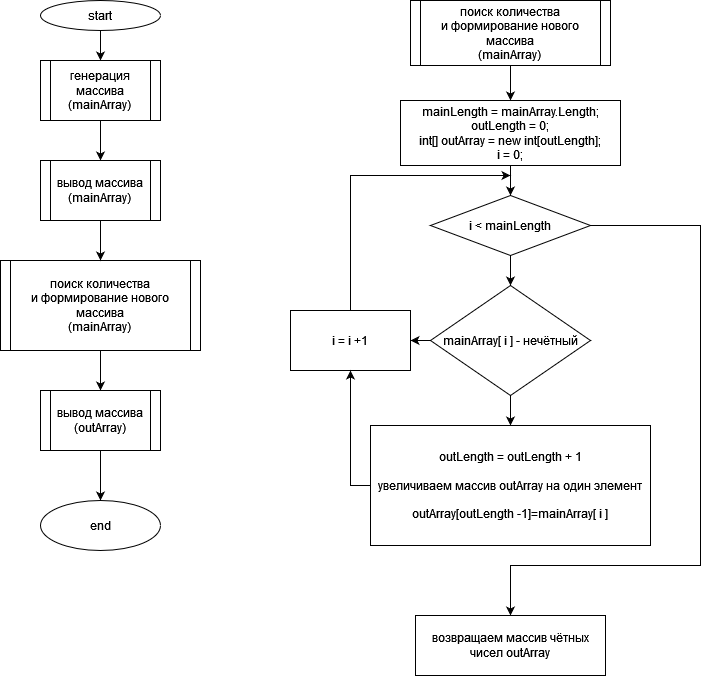
CovChEGG/dev1Group6 keeps this draw.io diagram as Untitled Diagram.drawio.png. Above is the earlier version. Source tidied: cells renumbered, new cells last; positions are measured from the earlier drawing's top-left corner, leaving out a move shared by most shapes. Its diagram source:
```xml
<mxGraphModel>
  <root>
    <mxCell id="0" />
    <mxCell id="1" parent="0" />
    <mxCell id="2" style="edgeStyle=orthogonalEdgeStyle;rounded=0;jettySize=auto;html=1;entryX=0.5;entryY=0;entryDx=0;entryDy=0;" parent="1" edge="1" source="3" target="5">
      <mxGeometry relative="1" as="geometry" />
    </mxCell>
    <mxCell id="3" value="start" style="ellipse;whiteSpace=wrap;html=1;" parent="1" vertex="1">
      <mxGeometry x="40" width="120" height="30" as="geometry" />
    </mxCell>
    <mxCell id="4" style="edgeStyle=orthogonalEdgeStyle;rounded=0;jettySize=auto;html=1;entryX=0.5;entryY=0;entryDx=0;entryDy=0;" parent="1" edge="1" source="5" target="9">
      <mxGeometry relative="1" as="geometry" />
    </mxCell>
    <mxCell id="5" value="&lt;div&gt;генерация массива&lt;/div&gt;&lt;div&gt;(mainArray)&lt;br&gt;&lt;/div&gt;" style="shape=process;whiteSpace=wrap;html=1;backgroundOutline=1;size=0.08333333333333333;" parent="1" vertex="1">
      <mxGeometry x="40" y="60" width="120" height="60" as="geometry" />
    </mxCell>
    <mxCell id="6" style="edgeStyle=orthogonalEdgeStyle;rounded=0;jettySize=auto;html=1;entryX=0.5;entryY=0;entryDx=0;entryDy=0;" parent="1" edge="1" source="7" target="11">
      <mxGeometry relative="1" as="geometry" />
    </mxCell>
    <mxCell id="7" value="&lt;div&gt;поиск количества&lt;/div&gt;&lt;div&gt;и формирование нового массива&lt;/div&gt;&lt;div&gt;(mainArray)&lt;br&gt;&lt;/div&gt;" style="shape=process;whiteSpace=wrap;html=1;backgroundOutline=1;size=0.05;" parent="1" vertex="1">
      <mxGeometry y="260" width="200" height="90" as="geometry" />
    </mxCell>
    <mxCell id="8" style="edgeStyle=orthogonalEdgeStyle;rounded=0;jettySize=auto;html=1;" parent="1" edge="1" source="9" target="7">
      <mxGeometry relative="1" as="geometry" />
    </mxCell>
    <mxCell id="9" value="&lt;div&gt;вывод массива&lt;/div&gt;&lt;div&gt;(mainArray)&lt;br&gt;&lt;/div&gt;" style="shape=process;whiteSpace=wrap;html=1;backgroundOutline=1;size=0.08333333333333333;" parent="1" vertex="1">
      <mxGeometry x="40" y="160" width="120" height="60" as="geometry" />
    </mxCell>
    <mxCell id="10" style="edgeStyle=orthogonalEdgeStyle;rounded=0;jettySize=auto;html=1;entryX=0.5;entryY=0;entryDx=0;entryDy=0;" parent="1" edge="1" source="11" target="12">
      <mxGeometry relative="1" as="geometry" />
    </mxCell>
    <mxCell id="11" value="&lt;div&gt;вывод массива&lt;/div&gt;&lt;div&gt;(outArray)&lt;br&gt;&lt;/div&gt;" style="shape=process;whiteSpace=wrap;html=1;backgroundOutline=1;size=0.08333333333333333;" parent="1" vertex="1">
      <mxGeometry x="40" y="390" width="120" height="60" as="geometry" />
    </mxCell>
    <mxCell id="12" value="end" style="ellipse;whiteSpace=wrap;html=1;" parent="1" vertex="1">
      <mxGeometry x="40" y="500" width="120" height="50" as="geometry" />
    </mxCell>
    <mxCell id="13" style="edgeStyle=orthogonalEdgeStyle;rounded=0;jettySize=auto;html=1;" parent="1" edge="1" source="14" target="16">
      <mxGeometry relative="1" as="geometry" />
    </mxCell>
    <mxCell id="14" value="&lt;div&gt;поиск количества&lt;/div&gt;&lt;div&gt;и формирование нового массива&lt;/div&gt;&lt;div&gt;(mainArray)&lt;br&gt;&lt;/div&gt;" style="shape=process;whiteSpace=wrap;html=1;backgroundOutline=1;size=0.05;" parent="1" vertex="1">
      <mxGeometry x="410" width="200" height="65" as="geometry" />
    </mxCell>
    <mxCell id="15" style="edgeStyle=orthogonalEdgeStyle;rounded=0;jettySize=auto;html=1;" parent="1" edge="1" source="16" target="19">
      <mxGeometry relative="1" as="geometry" />
    </mxCell>
    <mxCell id="16" value="mainLength = mainArray.Length;&lt;div&gt;outLength = 0;&lt;/div&gt;&lt;div&gt;&lt;div&gt;int[] outArray = new int[outLength];&lt;/div&gt;&lt;div&gt;i = 0;&lt;br&gt;&lt;/div&gt;&lt;/div&gt;" style="rounded=0;whiteSpace=wrap;html=1;" parent="1" vertex="1">
      <mxGeometry x="400" y="100" width="220" height="65" as="geometry" />
    </mxCell>
    <mxCell id="17" style="edgeStyle=orthogonalEdgeStyle;rounded=0;jettySize=auto;html=1;entryX=0.5;entryY=0;entryDx=0;entryDy=0;" parent="1" edge="1" source="19" target="23">
      <mxGeometry relative="1" as="geometry" />
    </mxCell>
    <mxCell id="18" style="edgeStyle=orthogonalEdgeStyle;rounded=0;jettySize=auto;html=1;" parent="1" edge="1" source="19">
      <mxGeometry relative="1" as="geometry">
        <mxPoint x="510" y="615" as="targetPoint" />
        <Array as="points">
          <mxPoint x="700" y="225" />
          <mxPoint x="700" y="565" />
          <mxPoint x="510" y="565" />
        </Array>
      </mxGeometry>
    </mxCell>
    <mxCell id="19" value="i &amp;lt; mainLength " style="rhombus;whiteSpace=wrap;html=1;rounded=0;" parent="1" vertex="1">
      <mxGeometry x="430" y="195" width="160" height="60" as="geometry" />
    </mxCell>
    <mxCell id="20" style="edgeStyle=orthogonalEdgeStyle;rounded=0;orthogonalLoop=1;jettySize=auto;html=1;exitX=0.5;exitY=1;exitDx=0;exitDy=0;" parent="1" edge="1" source="19" target="19">
      <mxGeometry relative="1" as="geometry" />
    </mxCell>
    <mxCell id="21" style="edgeStyle=orthogonalEdgeStyle;rounded=0;jettySize=auto;html=1;" parent="1" edge="1" source="23" target="25">
      <mxGeometry relative="1" as="geometry" />
    </mxCell>
    <mxCell id="22" style="edgeStyle=orthogonalEdgeStyle;rounded=0;jettySize=auto;html=1;" parent="1" edge="1" source="23" target="27">
      <mxGeometry relative="1" as="geometry" />
    </mxCell>
    <mxCell id="23" value="mainArray[ i ] - нечётный" style="rhombus;whiteSpace=wrap;html=1;" parent="1" vertex="1">
      <mxGeometry x="430" y="285" width="160" height="110" as="geometry" />
    </mxCell>
    <mxCell id="24" style="edgeStyle=orthogonalEdgeStyle;rounded=0;jettySize=auto;html=1;" parent="1" edge="1" source="25">
      <mxGeometry relative="1" as="geometry">
        <mxPoint x="510" y="175" as="targetPoint" />
        <Array as="points">
          <mxPoint x="350" y="175" />
        </Array>
      </mxGeometry>
    </mxCell>
    <mxCell id="25" value="i = i +1" style="whiteSpace=wrap;html=1;" parent="1" vertex="1">
      <mxGeometry x="290" y="310" width="120" height="60" as="geometry" />
    </mxCell>
    <mxCell id="26" style="edgeStyle=orthogonalEdgeStyle;rounded=0;jettySize=auto;html=1;entryX=0.5;entryY=1;entryDx=0;entryDy=0;" parent="1" edge="1" source="27" target="25">
      <mxGeometry relative="1" as="geometry">
        <Array as="points">
          <mxPoint x="350" y="485" />
        </Array>
      </mxGeometry>
    </mxCell>
    <mxCell id="27" value="&lt;div&gt;outLength = outLength + 1&lt;/div&gt;&lt;div&gt;&lt;br&gt;&lt;/div&gt;&lt;div&gt;увеличиваем массив outArray на один элемент&lt;/div&gt;&lt;div&gt;&lt;br&gt;&lt;/div&gt;&lt;div&gt;outArray[outLength -1]=mainArray[ i ]&lt;br&gt;&lt;/div&gt;" style="whiteSpace=wrap;html=1;" parent="1" vertex="1">
      <mxGeometry x="370" y="425" width="280" height="120" as="geometry" />
    </mxCell>
    <mxCell id="28" value="возвращаем массив чётных чисел outArray " style="rounded=0;whiteSpace=wrap;html=1;" parent="1" vertex="1">
      <mxGeometry x="415" y="615" width="190" height="60" as="geometry" />
    </mxCell>
  </root>
</mxGraphModel>
```
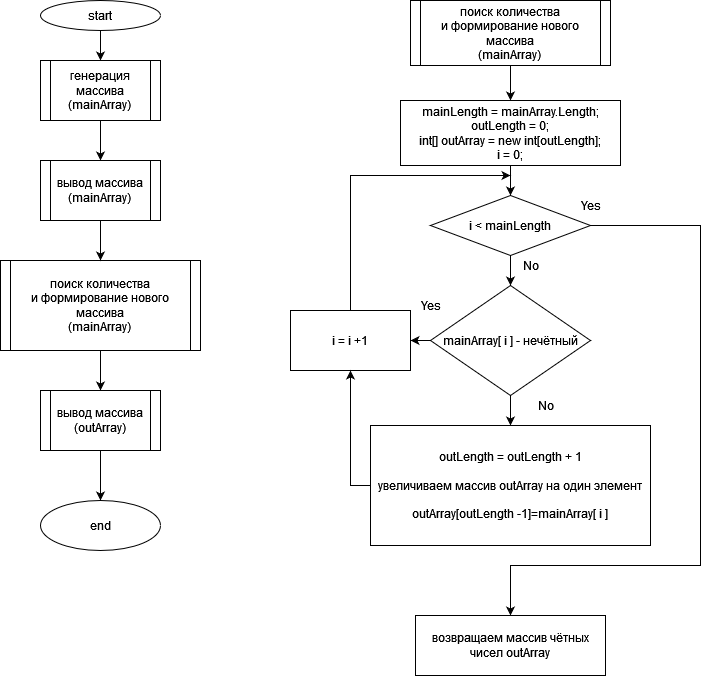
Above is the later version.

Change to the diagram source:
```diff
@@ -99,5 +99,17 @@
     <mxCell id="28" value="возвращаем массив чётных чисел outArray " style="rounded=0;whiteSpace=wrap;html=1;" parent="1" vertex="1">
       <mxGeometry x="415" y="615" width="190" height="60" as="geometry" />
     </mxCell>
+    <mxCell id="29" value="Yes" style="text;html=1;align=center;verticalAlign=middle;strokeColor=none;fillColor=none;" parent="1" vertex="1">
+      <mxGeometry x="570" y="195" width="40" height="20" as="geometry" />
+    </mxCell>
+    <mxCell id="30" value="No" style="text;html=1;align=center;verticalAlign=middle;strokeColor=none;fillColor=none;" parent="1" vertex="1">
+      <mxGeometry x="515" y="255" width="30" height="20" as="geometry" />
+    </mxCell>
+    <mxCell id="31" value="Yes" style="text;html=1;align=center;verticalAlign=middle;strokeColor=none;fillColor=none;" parent="1" vertex="1">
+      <mxGeometry x="410" y="295" width="40" height="20" as="geometry" />
+    </mxCell>
+    <mxCell id="32" value="No" style="text;html=1;align=center;verticalAlign=middle;strokeColor=none;fillColor=none;" parent="1" vertex="1">
+      <mxGeometry x="530" y="395" width="30" height="20" as="geometry" />
+    </mxCell>
   </root>
 </mxGraphModel>
```
